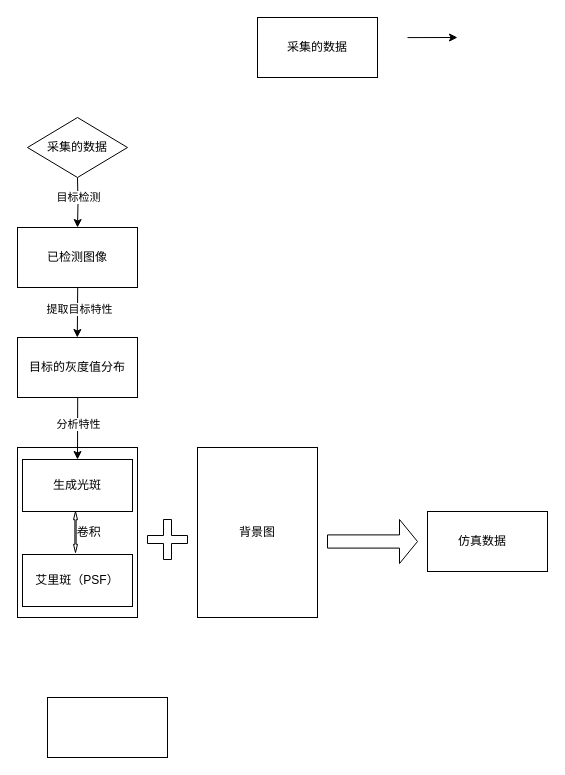
Above: 未命名绘图.drawio in zhangzilinccy/sweet (draw.io), before the change. Source tidied: cells renumbered, new cells numbered last; positions are measured from the earlier drawing's top-left corner, leaving out a move shared by most shapes. Both pictures are drawn from the tidied source at 100%, with x=0, y=0 at pixel (17, 17).
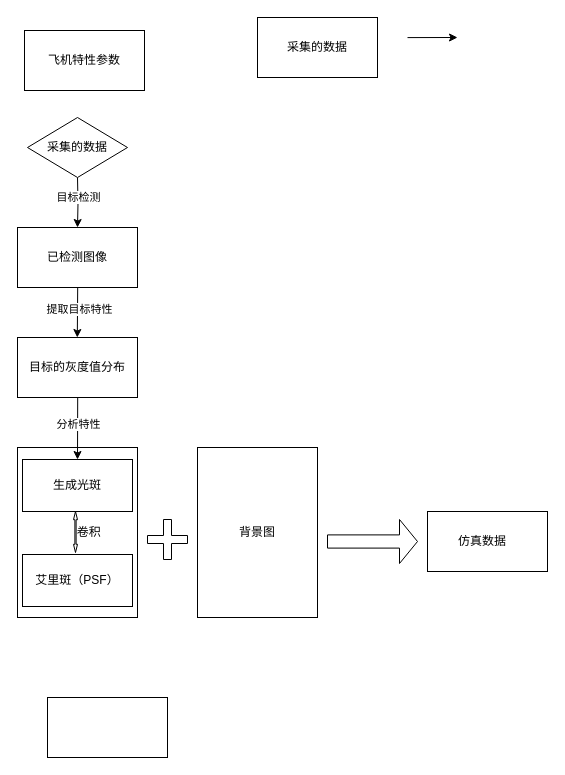
The same diagram, later.

Commit message:
生成数据图.drawio

Change to the diagram source:
```diff
@@
+    <mxCell id="22" value="飞机特性参数" style="rounded=0;whiteSpace=wrap;html=1;" parent="1" vertex="1">
+      <mxGeometry x="7" y="13" width="120" height="60" as="geometry" />
+    </mxCell>
```
